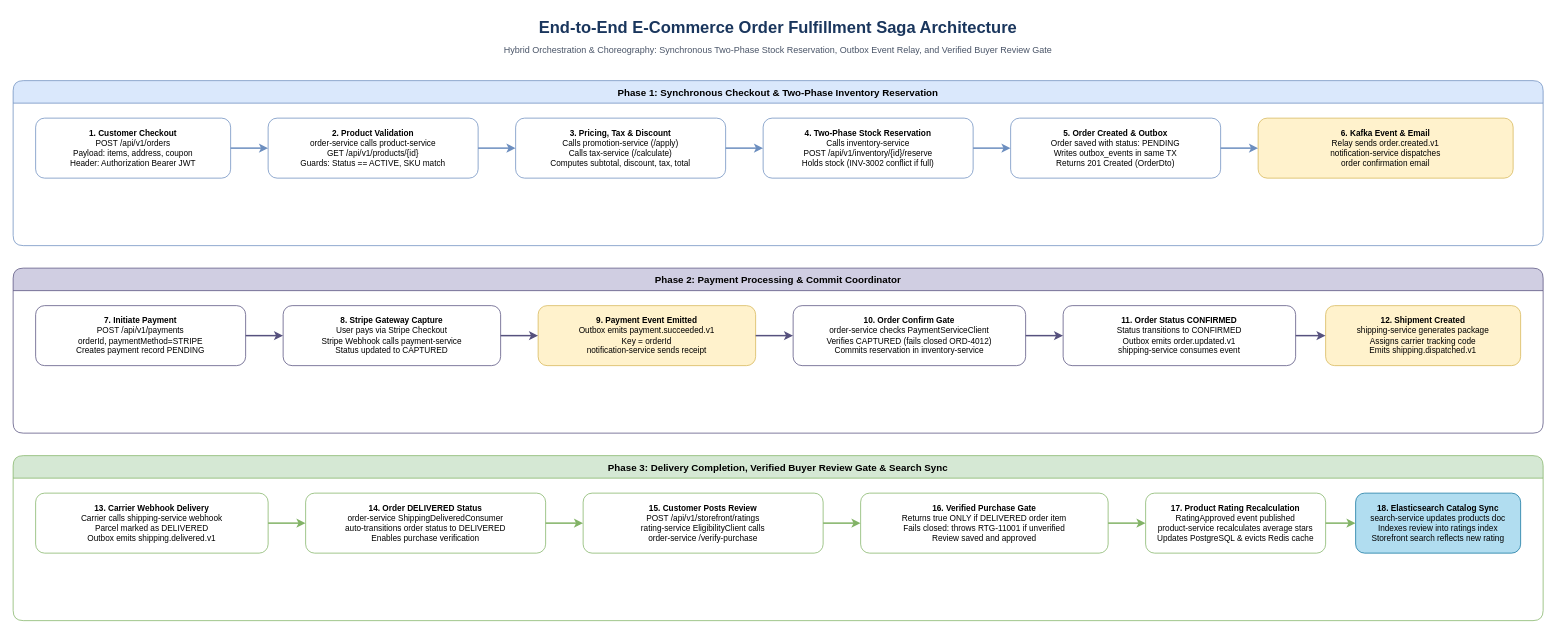
tonminhce/petproject keeps this draw.io diagram as docs/architecture/e2e-order-fulfillment-saga.drawio. Above is the earlier version. Source tidied: cells renumbered, new cells numbered last; positions are measured from the earlier drawing's top-left corner, leaving out a move shared by most shapes. Both pictures are drawn from the tidied source at 75%, with x=0, y=0 at pixel (13, 13).
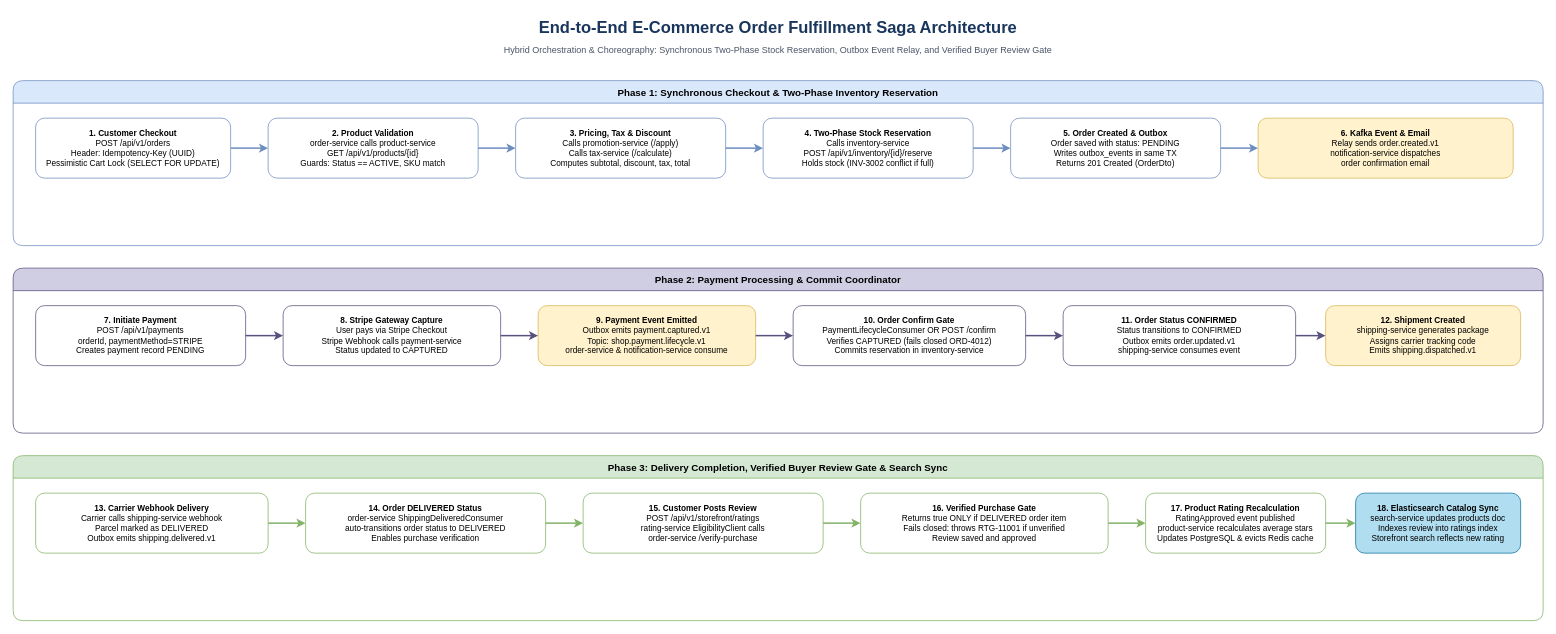
Above is the later version.

Unchanged cells that the change refers to:
```xml
<mxCell id="4" value="Phase 1: Synchronous Checkout &amp; Two-Phase Inventory Reservation" style="swimlane;startSize=30;fillColor=#dae8fc;strokeColor=#6c8ebf;fontStyle=1;fontSize=13;rounded=1;" parent="1" vertex="1">
  <mxGeometry y="90" width="2040" height="220" as="geometry" />
</mxCell>
<mxCell id="16" value="Phase 2: Payment Processing &amp; Commit Coordinator" style="swimlane;startSize=30;fillColor=#d0cee2;strokeColor=#56517e;fontStyle=1;fontSize=13;rounded=1;" parent="1" vertex="1">
  <mxGeometry y="340" width="2040" height="220" as="geometry" />
</mxCell>
```

What changed in the source:
```diff
@@
-    <mxCell id="5" value="&lt;b&gt;1. Customer Checkout&lt;/b&gt;&lt;br/&gt;POST /api/v1/orders&lt;br/&gt;Payload: items, address, coupon&lt;br/&gt;Header: Authorization Bearer JWT" style="rounded=1;whiteSpace=wrap;html=1;fillColor=#ffffff;strokeColor=#6c8ebf;fontSize=11;" parent="4" vertex="1">
+    <mxCell id="5" value="&lt;b&gt;1. Customer Checkout&lt;/b&gt;&lt;br/&gt;POST /api/v1/orders&lt;br/&gt;Header: Idempotency-Key (UUID)&lt;br/&gt;Pessimistic Cart Lock (SELECT FOR UPDATE)" style="rounded=1;whiteSpace=wrap;html=1;fillColor=#ffffff;strokeColor=#6c8ebf;fontSize=11;" parent="4" vertex="1">
       <mxGeometry x="30" y="50" width="260" height="80" as="geometry" />
     </mxCell>
@@
-    <mxCell id="19" value="&lt;b&gt;9. Payment Event Emitted&lt;/b&gt;&lt;br/&gt;Outbox emits payment.succeeded.v1&lt;br/&gt;Key = orderId&lt;br/&gt;notification-service sends receipt" style="rounded=1;whiteSpace=wrap;html=1;fillColor=#fff2cc;strokeColor=#d6b656;fontSize=11;" parent="16" vertex="1">
+    <mxCell id="19" value="&lt;b&gt;9. Payment Event Emitted&lt;/b&gt;&lt;br/&gt;Outbox emits payment.captured.v1&lt;br/&gt;Topic: shop.payment.lifecycle.v1&lt;br/&gt;order-service &amp; notification-service consume" style="rounded=1;whiteSpace=wrap;html=1;fillColor=#fff2cc;strokeColor=#d6b656;fontSize=11;" parent="16" vertex="1">
       <mxGeometry x="700" y="50" width="290" height="80" as="geometry" />
     </mxCell>
-    <mxCell id="20" value="&lt;b&gt;10. Order Confirm Gate&lt;/b&gt;&lt;br/&gt;order-service checks PaymentServiceClient&lt;br/&gt;Verifies CAPTURED (fails closed ORD-4012)&lt;br/&gt;Commits reservation in inventory-service" style="rounded=1;whiteSpace=wrap;html=1;fillColor=#ffffff;strokeColor=#56517e;fontSize=11;" parent="16" vertex="1">
+    <mxCell id="20" value="&lt;b&gt;10. Order Confirm Gate&lt;/b&gt;&lt;br/&gt;PaymentLifecycleConsumer OR POST /confirm&lt;br/&gt;Verifies CAPTURED (fails closed ORD-4012)&lt;br/&gt;Commits reservation in inventory-service" style="rounded=1;whiteSpace=wrap;html=1;fillColor=#ffffff;strokeColor=#56517e;fontSize=11;" parent="16" vertex="1">
       <mxGeometry x="1040" y="50" width="310" height="80" as="geometry" />
     </mxCell>
```
